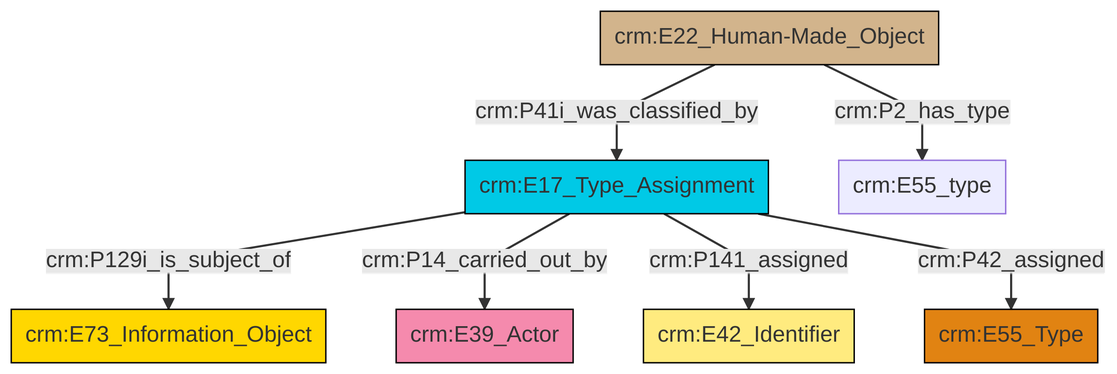
Above: et/builtWorkCSV/ttl/mmd/png/Built_Work_designation_status.png in swiss-art-research-net/reference-data-models (Mermaid), before the change. Its source is kept beside it as et/builtWorkCSV/ttl/mmd/Built_Work_designation_status.ttl.mmd.
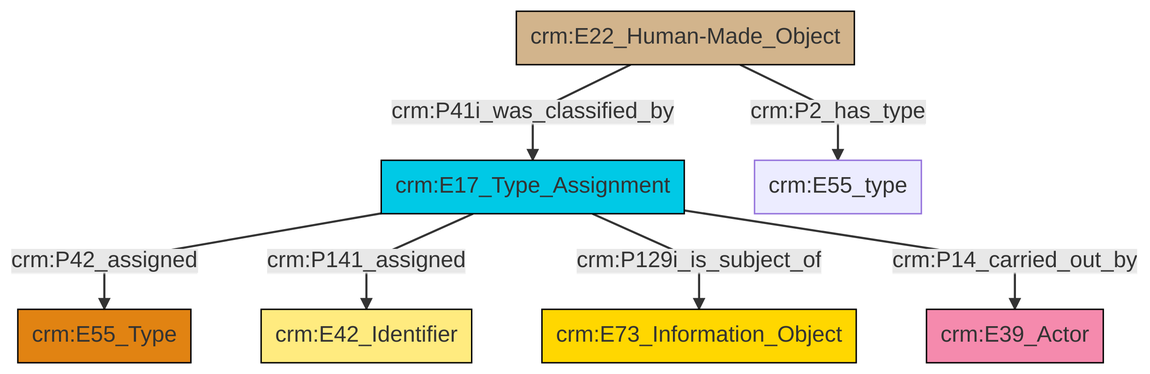
After the change.

Diff of the diagram source:
```diff
@@ -13,9 +13,9 @@
 classDef PC_Classes fill:#4ce600, stroke:#000000;
 classDef Multi fill:#cccccc,stroke:#000000;
 
-4["crm:E17_Type_Assignment"]:::Temporal_Entity -->|crm:P129i_is_subject_of| 5["crm:E73_Information_Object"]:::Conceptual_Object
-4["crm:E17_Type_Assignment"]:::Temporal_Entity -->|crm:P14_carried_out_by| 2["crm:E39_Actor"]:::Actor
-0["crm:E22_Human-Made_Object"]:::Physical_Thing -->|crm:P2_has_type| 8["crm:E55_type"]:::Default
-4["crm:E17_Type_Assignment"]:::Temporal_Entity -->|crm:P141_assigned| 6["crm:E42_Identifier"]:::Appellation
-4["crm:E17_Type_Assignment"]:::Temporal_Entity -->|crm:P42_assigned| 10["crm:E55_Type"]:::Type
-0["crm:E22_Human-Made_Object"]:::Physical_Thing -->|crm:P41i_was_classified_by| 4["crm:E17_Type_Assignment"]:::Temporal_Entity
+2["crm:E17_Type_Assignment"]:::Temporal_Entity -->|crm:P42_assigned| 3["crm:E55_Type"]:::Type
+6["crm:E22_Human-Made_Object"]:::Physical_Thing -->|crm:P2_has_type| 7["crm:E55_type"]:::Default
+2["crm:E17_Type_Assignment"]:::Temporal_Entity -->|crm:P141_assigned| 4["crm:E42_Identifier"]:::Appellation
+2["crm:E17_Type_Assignment"]:::Temporal_Entity -->|crm:P129i_is_subject_of| 8["crm:E73_Information_Object"]:::Conceptual_Object
+2["crm:E17_Type_Assignment"]:::Temporal_Entity -->|crm:P14_carried_out_by| 0["crm:E39_Actor"]:::Actor
+6["crm:E22_Human-Made_Object"]:::Physical_Thing -->|crm:P41i_was_classified_by| 2["crm:E17_Type_Assignment"]:::Temporal_Entity
```
